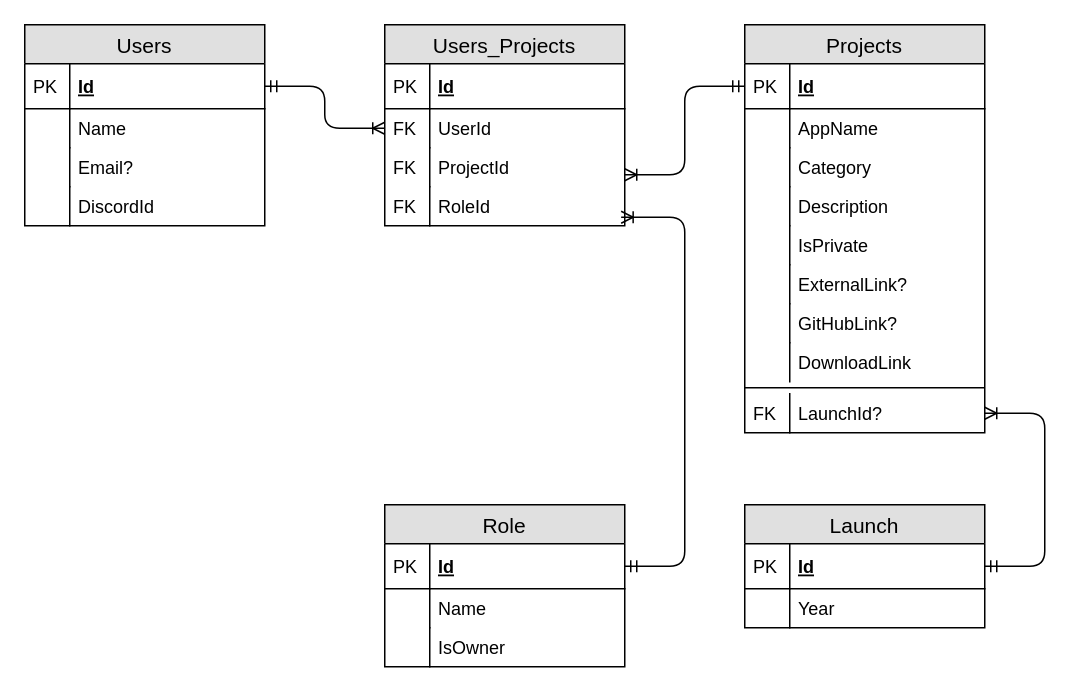
Above: docs/DbSchema.drawio in WindowsAppCommunity/uwpcommunity-backend (draw.io), before the change. Source tidied: cells renumbered, new cells numbered last; positions are measured from the earlier drawing's top-left corner, leaving out a move shared by most shapes. Both pictures are drawn from the tidied source at 150%, with x=0, y=0 at pixel (24, 24).
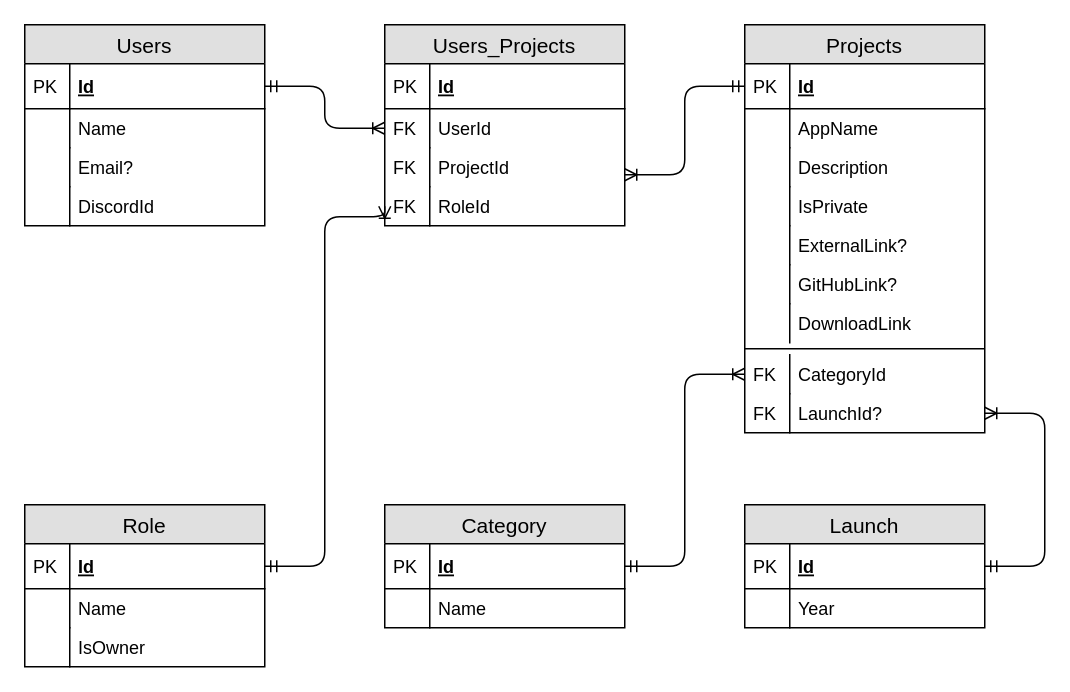
Above is the later version.

Unchanged cells that the change refers to:
```xml
<mxCell id="9" value="RoleId" style="shape=partialRectangle;top=0;left=0;right=0;bottom=0;align=left;verticalAlign=top;fillColor=none;spacingLeft=34;spacingRight=4;overflow=hidden;points=[[0,0.5],[1,0.5]];portConstraint=eastwest;fontSize=12;" parent="2" vertex="1">
  <mxGeometry y="108" width="160" height="26" as="geometry" />
</mxCell>
<mxCell id="20" value="Projects" style="swimlane;fontStyle=0;horizontal=1;startSize=26;fillColor=#e0e0e0;swimlaneFillColor=#ffffff;align=center;fontSize=14;" parent="1" vertex="1">
  <mxGeometry x="480" width="160" height="272" as="geometry" />
</mxCell>
<mxCell id="41" value="Id" style="shape=partialRectangle;top=0;left=0;right=0;bottom=1;align=left;verticalAlign=middle;fillColor=none;spacingLeft=34;spacingRight=4;overflow=hidden;points=[[0,0.5],[1,0.5]];portConstraint=eastwest;fontStyle=5;fontSize=12;" parent="40" vertex="1">
  <mxGeometry y="26" width="160" height="30" as="geometry" />
</mxCell>
```

Change to the diagram source:
```diff
@@
-    <mxCell id="25" value="Category" style="shape=partialRectangle;top=0;left=0;right=0;bottom=0;align=left;verticalAlign=top;fillColor=none;spacingLeft=34;spacingRight=4;overflow=hidden;fontSize=12;" parent="20" vertex="1">
-      <mxGeometry y="82" width="160" height="26" as="geometry" />
-    </mxCell>
-    <mxCell id="26" style="shape=partialRectangle;top=0;left=0;bottom=0;fillColor=none;align=left;verticalAlign=top;spacingLeft=4;spacingRight=4;overflow=hidden;fontSize=12;" parent="25" vertex="1">
-      <mxGeometry width="30" height="26" as="geometry" />
-    </mxCell>
     <mxCell id="27" value="Description" style="shape=partialRectangle;top=0;left=0;right=0;bottom=0;align=left;verticalAlign=top;fillColor=none;spacingLeft=34;spacingRight=4;overflow=hidden;fontSize=12;" parent="20" vertex="1">
-      <mxGeometry y="108" width="160" height="26" as="geometry" />
+      <mxGeometry y="82" width="160" height="26" as="geometry" />
     </mxCell>
@@
     <mxCell id="29" value="IsPrivate" style="shape=partialRectangle;top=0;left=0;right=0;bottom=0;align=left;verticalAlign=top;fillColor=none;spacingLeft=34;spacingRight=4;overflow=hidden;fontSize=12;" parent="20" vertex="1">
-      <mxGeometry y="134" width="160" height="26" as="geometry" />
+      <mxGeometry y="108" width="160" height="26" as="geometry" />
     </mxCell>
@@
     <mxCell id="31" value="ExternalLink?" style="shape=partialRectangle;top=0;left=0;right=0;bottom=0;align=left;verticalAlign=top;fillColor=none;spacingLeft=34;spacingRight=4;overflow=hidden;fontSize=12;" parent="20" vertex="1">
-      <mxGeometry y="160" width="160" height="26" as="geometry" />
+      <mxGeometry y="134" width="160" height="26" as="geometry" />
     </mxCell>
@@
     <mxCell id="33" value="GitHubLink?" style="shape=partialRectangle;top=0;left=0;right=0;bottom=0;align=left;verticalAlign=top;fillColor=none;spacingLeft=34;spacingRight=4;overflow=hidden;fontSize=12;" parent="20" vertex="1">
-      <mxGeometry y="186" width="160" height="26" as="geometry" />
+      <mxGeometry y="160" width="160" height="26" as="geometry" />
     </mxCell>
@@
     <mxCell id="35" value="DownloadLink" style="shape=partialRectangle;top=0;left=0;right=0;bottom=0;align=left;verticalAlign=top;fillColor=none;spacingLeft=34;spacingRight=4;overflow=hidden;fontSize=12;" parent="20" vertex="1">
-      <mxGeometry y="212" width="160" height="26" as="geometry" />
+      <mxGeometry y="186" width="160" height="26" as="geometry" />
     </mxCell>
@@
     <mxCell id="37" style="line;strokeWidth=1;fillColor=none;align=left;verticalAlign=middle;spacingTop=-1;spacingLeft=3;spacingRight=3;labelPosition=right;fontSize=12;" parent="20" vertex="1">
-      <mxGeometry y="238" width="160" height="8" as="geometry" />
+      <mxGeometry y="212" width="160" height="8" as="geometry" />
     </mxCell>
+    <mxCell id="56" value="CategoryId" style="shape=partialRectangle;top=0;left=0;right=0;bottom=0;align=left;verticalAlign=top;fillColor=none;spacingLeft=34;spacingRight=4;overflow=hidden;points=[[0,0.5],[1,0.5]];portConstraint=eastwest;fontSize=12;" parent="20" vertex="1">
+      <mxGeometry y="220" width="160" height="26" as="geometry" />
+    </mxCell>
+    <mxCell id="57" value="FK" style="shape=partialRectangle;top=0;left=0;bottom=0;fillColor=none;align=left;verticalAlign=top;spacingLeft=4;spacingRight=4;overflow=hidden;fontSize=12;" parent="56" vertex="1">
+      <mxGeometry width="30" height="26" as="geometry" />
+    </mxCell>
@@
     <mxCell id="40" value="Role" style="swimlane;fontStyle=0;horizontal=1;startSize=26;fillColor=#e0e0e0;swimlaneFillColor=#ffffff;align=center;fontSize=14;" parent="1" vertex="1">
-      <mxGeometry x="240" y="320" width="160" height="108" as="geometry" />
+      <mxGeometry y="320" width="160" height="108" as="geometry" />
     </mxCell>
@@
-    <mxCell id="55" style="fontSize=12;html=1;endArrow=ERoneToMany;startArrow=ERmandOne;anchorPointDirection=1;edgeStyle=orthogonalEdgeStyle;exitX=1;exitY=0.5;exitDx=0;exitDy=0;entryX=0.985;entryY=0.782;entryDx=0;entryDy=0;entryPerimeter=0;" parent="1" edge="1" source="41" target="9">
+    <mxCell id="55" style="fontSize=12;html=1;endArrow=ERoneToMany;startArrow=ERmandOne;anchorPointDirection=1;edgeStyle=orthogonalEdgeStyle;exitX=1;exitY=0.5;exitDx=0;exitDy=0;entryX=0;entryY=0.5;entryDx=0;entryDy=0;" parent="1" edge="1" source="41" target="9">
       <mxGeometry relative="1" as="geometry">
         <Array as="points">
-          <mxPoint x="440" y="361" />
-          <mxPoint x="440" y="128" />
+          <mxPoint x="200" y="361" />
+          <mxPoint x="200" y="128" />
+          <mxPoint x="240" y="128" />
         </Array>
       </mxGeometry>
     </mxCell>
+    <mxCell id="25" value="Category" style="swimlane;fontStyle=0;horizontal=1;startSize=26;fillColor=#e0e0e0;swimlaneFillColor=#ffffff;align=center;fontSize=14;" parent="1" vertex="1">
+      <mxGeometry x="240" y="320" width="160" height="82" as="geometry" />
+    </mxCell>
+    <mxCell id="58" value="Id" style="shape=partialRectangle;top=0;left=0;right=0;bottom=1;align=left;verticalAlign=middle;fillColor=none;spacingLeft=34;spacingRight=4;overflow=hidden;points=[[0,0.5],[1,0.5]];portConstraint=eastwest;fontStyle=5;fontSize=12;" parent="25" vertex="1">
+      <mxGeometry y="26" width="160" height="30" as="geometry" />
+    </mxCell>
+    <mxCell id="59" value="PK" style="shape=partialRectangle;top=0;left=0;bottom=0;fillColor=none;align=left;verticalAlign=middle;spacingLeft=4;spacingRight=4;overflow=hidden;fontSize=12;" parent="58" vertex="1">
+      <mxGeometry width="30" height="30" as="geometry" />
+    </mxCell>
+    <mxCell id="60" value="Name" style="shape=partialRectangle;top=0;left=0;right=0;bottom=0;align=left;verticalAlign=top;fillColor=none;spacingLeft=34;spacingRight=4;overflow=hidden;fontSize=12;" parent="25" vertex="1">
+      <mxGeometry y="56" width="160" height="26" as="geometry" />
+    </mxCell>
+    <mxCell id="26" style="shape=partialRectangle;top=0;left=0;bottom=0;fillColor=none;align=left;verticalAlign=top;spacingLeft=4;spacingRight=4;overflow=hidden;fontSize=12;" parent="60" vertex="1">
+      <mxGeometry width="30" height="26" as="geometry" />
+    </mxCell>
+    <mxCell id="61" style="edgeStyle=orthogonalEdgeStyle;fontSize=12;html=1;endArrow=ERoneToMany;startArrow=ERmandOne;entryX=0;entryY=0.5;entryDx=0;entryDy=0;exitX=1;exitY=0.5;exitDx=0;exitDy=0;" parent="1" edge="1" source="58" target="56">
+      <mxGeometry relative="1" as="geometry">
+        <Array as="points">
+          <mxPoint x="440" y="361" />
+          <mxPoint x="440" y="233" />
+        </Array>
+      </mxGeometry>
+    </mxCell>
```
